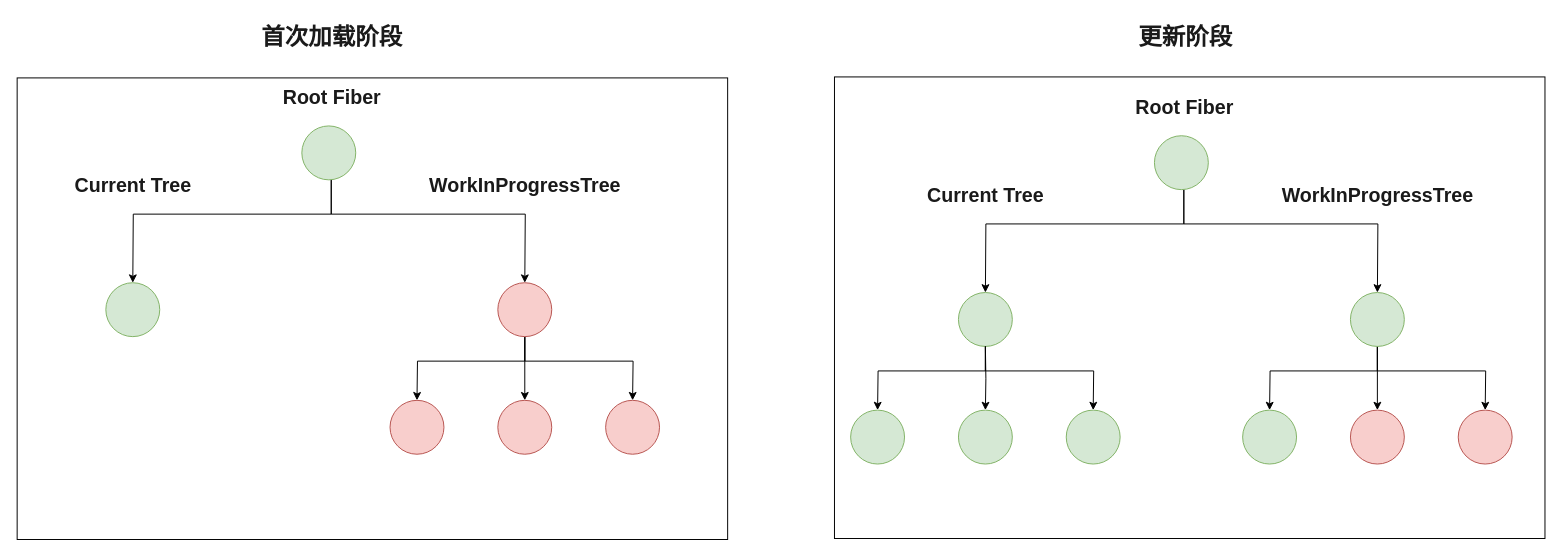
Above: fiber-flow.drawio in goodjun/drawio (draw.io), before the change. Source tidied: cells renumbered, new cells numbered last; positions are measured from the earlier drawing's top-left corner, leaving out a move shared by most shapes. Both pictures are drawn from the tidied source at 98%, with x=0, y=0 at pixel (17, 17).
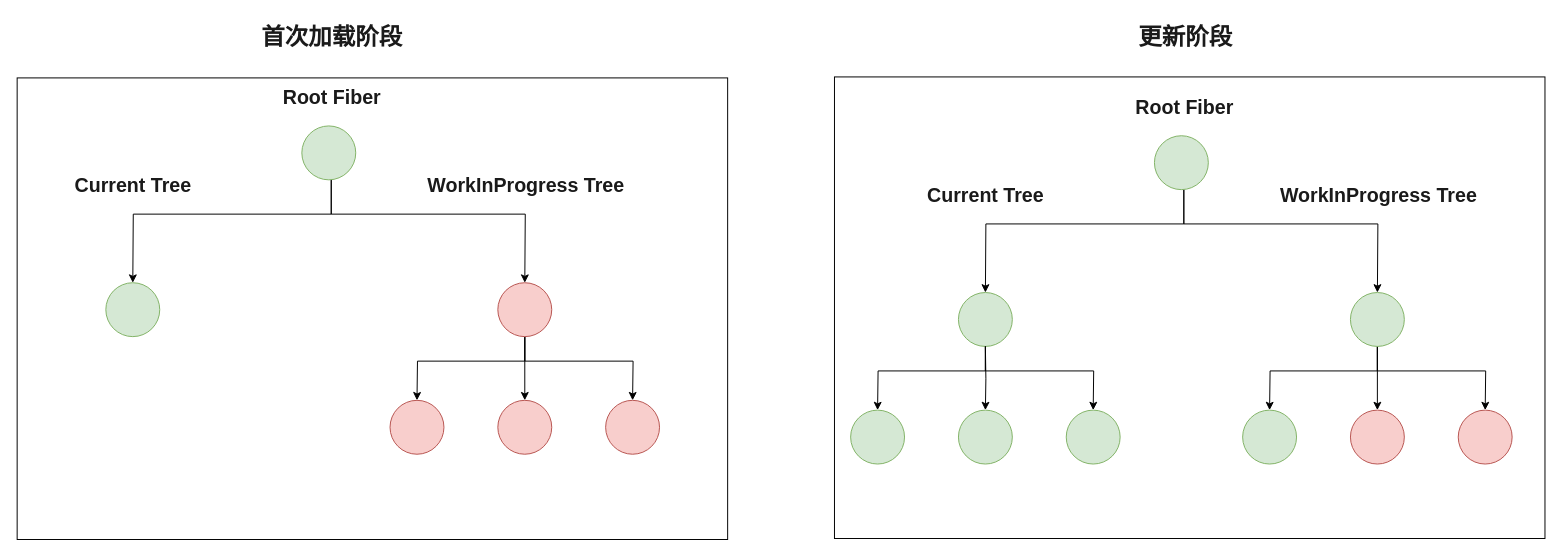
Above is the later version.

The edit, as a diff of the source:
```diff
@@
-    <mxCell id="17" value="WorkInProgressTree" style="text;html=1;align=center;verticalAlign=middle;fillColor=none;strokeColor=none;rounded=0;fontColor=#1A1A1A;fontSize=20;fontStyle=1;" parent="1" vertex="1">
-      <mxGeometry x="408" y="151" width="220" height="40" as="geometry" />
+    <mxCell id="17" value="WorkInProgress Tree" style="text;html=1;align=center;verticalAlign=middle;fillColor=none;strokeColor=none;rounded=0;fontColor=#1A1A1A;fontSize=20;fontStyle=1;" parent="1" vertex="1">
+      <mxGeometry x="409" y="153" width="219" height="36" as="geometry" />
     </mxCell>
@@
-    <mxCell id="31" value="WorkInProgressTree" style="text;html=1;align=center;verticalAlign=middle;fillColor=none;strokeColor=none;rounded=0;fontColor=#1A1A1A;fontSize=20;fontStyle=1;" parent="1" vertex="1">
-      <mxGeometry x="1278" y="161" width="220" height="40" as="geometry" />
+    <mxCell id="31" value="WorkInProgress Tree" style="text;html=1;align=center;verticalAlign=middle;fillColor=none;strokeColor=none;rounded=0;fontColor=#1A1A1A;fontSize=20;fontStyle=1;" parent="1" vertex="1">
+      <mxGeometry x="1279" y="163" width="219" height="36" as="geometry" />
     </mxCell>
```
